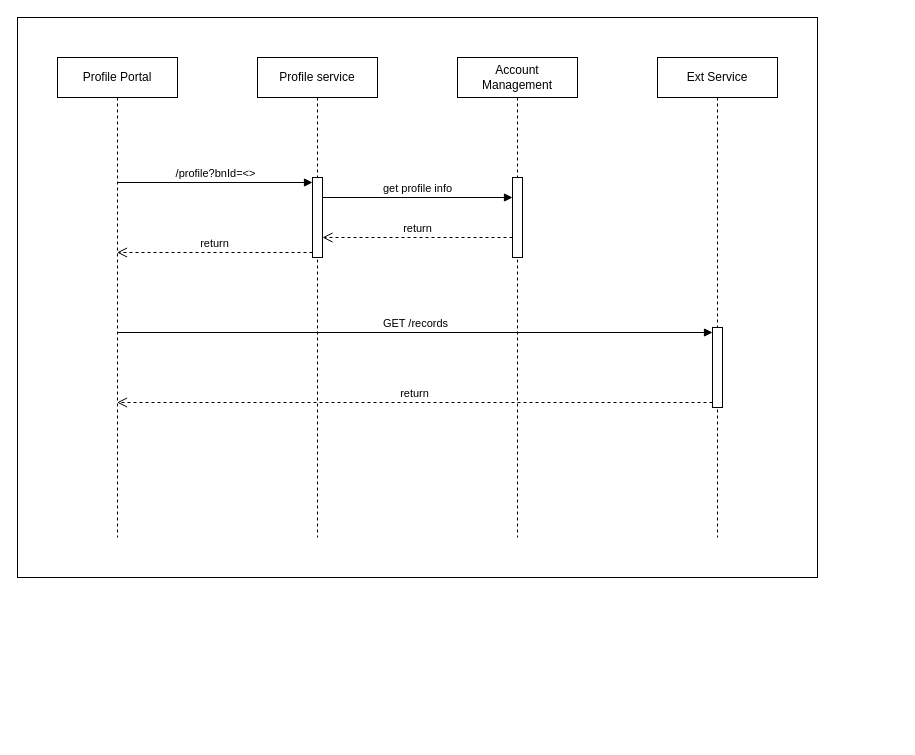
Earlier version of the draw.io diagram page "Page-2" (2 of 3) of tps-externaldata-service.drawio (huangshijie/Drawio). Source tidied: cells renumbered, new cells numbered last; positions are measured from the earlier drawing's top-left corner, leaving out a move shared by most shapes. Both pictures are drawn from the tidied source at 100%, with x=0, y=0 at pixel (17, 17).
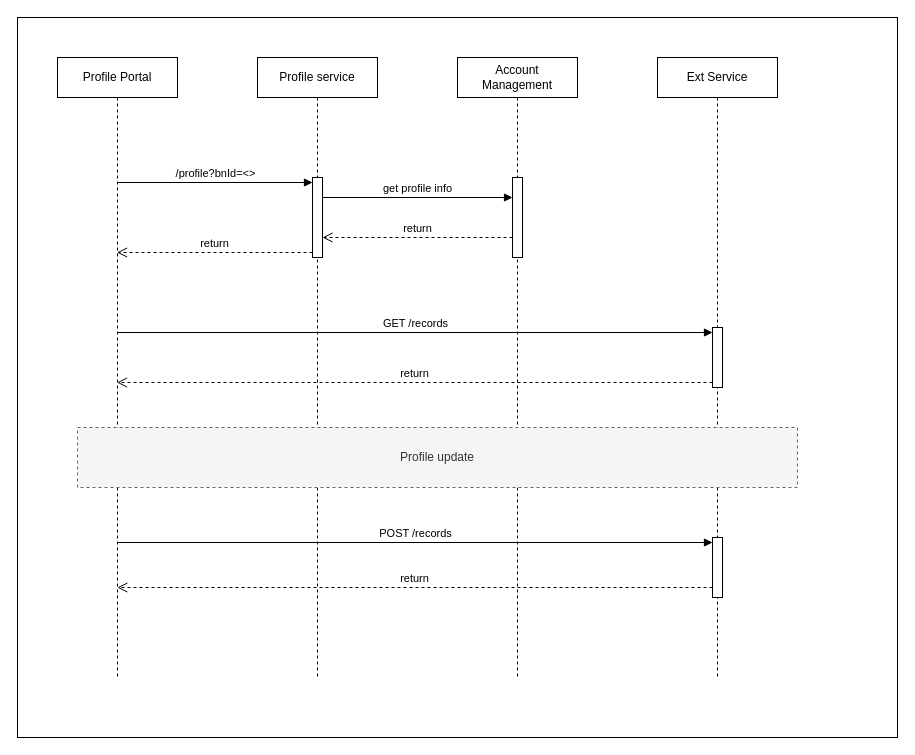
The same page after the edit.

Diff of the diagram source:
```diff
@@
-    <mxCell id="2" style="rounded=0;whiteSpace=wrap;html=1;" parent="1" vertex="1">
-      <mxGeometry width="800" height="560" as="geometry" />
-    </mxCell>
+    <mxCell id="16" style="rounded=0;whiteSpace=wrap;html=1;" parent="1" vertex="1">
+      <mxGeometry width="880" height="720" as="geometry" />
+    </mxCell>
     <mxCell id="3" value="Profile Portal" style="shape=umlLifeline;perimeter=lifelinePerimeter;whiteSpace=wrap;html=1;outlineConnect=0;portConstraint=eastwest;newEdgeStyle={&quot;curved&quot;:0,&quot;rounded&quot;:0};" parent="1" vertex="1">
-      <mxGeometry x="40" y="40" width="120" height="480" as="geometry" />
+      <mxGeometry x="40" y="40" width="120" height="620" as="geometry" />
     </mxCell>
     <mxCell id="4" value="Profile service" style="shape=umlLifeline;perimeter=lifelinePerimeter;whiteSpace=wrap;html=1;newEdgeStyle={&quot;curved&quot;:0,&quot;rounded&quot;:0};" parent="1" vertex="1">
-      <mxGeometry x="240" y="40" width="120" height="480" as="geometry" />
+      <mxGeometry x="240" y="40" width="120" height="620" as="geometry" />
     </mxCell>
@@
     <mxCell id="6" value="Account &lt;br&gt;Management" style="shape=umlLifeline;perimeter=lifelinePerimeter;whiteSpace=wrap;html=1;newEdgeStyle={&quot;curved&quot;:0,&quot;rounded&quot;:0};" parent="1" vertex="1">
-      <mxGeometry x="440" y="40" width="120" height="480" as="geometry" />
+      <mxGeometry x="440" y="40" width="120" height="620" as="geometry" />
     </mxCell>
@@
     <mxCell id="8" value="Ext Service" style="shape=umlLifeline;perimeter=lifelinePerimeter;whiteSpace=wrap;html=1;newEdgeStyle={&quot;curved&quot;:0,&quot;rounded&quot;:0};" parent="1" vertex="1">
-      <mxGeometry x="640" y="40" width="120" height="480" as="geometry" />
+      <mxGeometry x="640" y="40" width="120" height="620" as="geometry" />
     </mxCell>
     <mxCell id="9" style="html=1;points=[[0,0,0,0,5],[0,1,0,0,-5],[1,0,0,0,5],[1,1,0,0,-5]];perimeter=orthogonalPerimeter;outlineConnect=0;targetShapes=umlLifeline;portConstraint=eastwest;newEdgeStyle={&quot;curved&quot;:0,&quot;rounded&quot;:0};" parent="8" vertex="1">
-      <mxGeometry x="55" y="270" width="10" height="80" as="geometry" />
+      <mxGeometry x="55" y="270" width="10" height="60" as="geometry" />
     </mxCell>
+    <mxCell id="17" style="html=1;points=[[0,0,0,0,5],[0,1,0,0,-5],[1,0,0,0,5],[1,1,0,0,-5]];perimeter=orthogonalPerimeter;outlineConnect=0;targetShapes=umlLifeline;portConstraint=eastwest;newEdgeStyle={&quot;curved&quot;:0,&quot;rounded&quot;:0};" parent="8" vertex="1">
+      <mxGeometry x="55" y="480" width="10" height="60" as="geometry" />
+    </mxCell>
@@
+    <mxCell id="18" value="POST /records" style="html=1;verticalAlign=bottom;endArrow=block;curved=0;rounded=0;entryX=0;entryY=0;entryDx=0;entryDy=5;" parent="1" edge="1" source="3" target="17">
+      <mxGeometry relative="1" as="geometry" />
+    </mxCell>
+    <mxCell id="19" value="return" style="html=1;verticalAlign=bottom;endArrow=open;dashed=1;endSize=8;curved=0;rounded=0;exitX=0;exitY=1;exitDx=0;exitDy=-5;" parent="1" edge="1">
+      <mxGeometry relative="1" as="geometry">
+        <mxPoint x="695" y="570" as="sourcePoint" />
+        <mxPoint x="99.8" y="570" as="targetPoint" />
+      </mxGeometry>
+    </mxCell>
+    <mxCell id="20" value="Profile update" style="rounded=0;whiteSpace=wrap;html=1;fillColor=#f5f5f5;fontColor=#333333;strokeColor=#666666;dashed=1;" parent="1" vertex="1">
+      <mxGeometry x="60" y="410" width="720" height="60" as="geometry" />
+    </mxCell>
```
